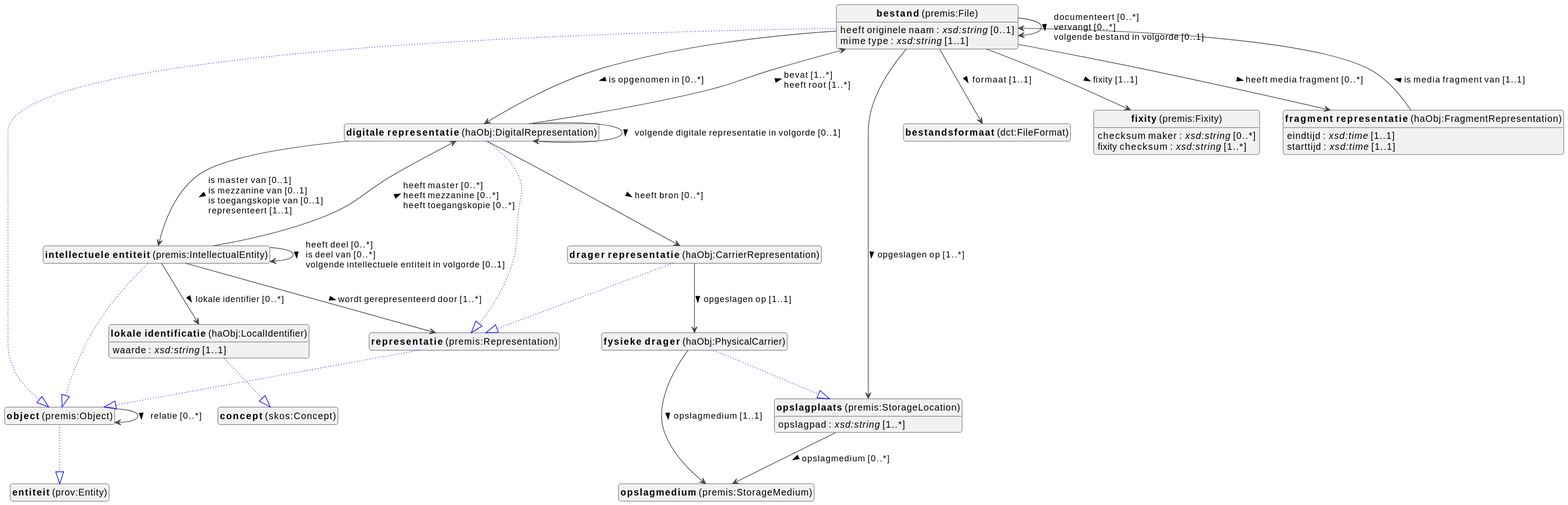
Before: docs/metadata/knowledge-graph/0.0.1/objects/nl/objects-diagram.svg, a diagram exported from PlantUML (viaacode/documentation-jekyll).
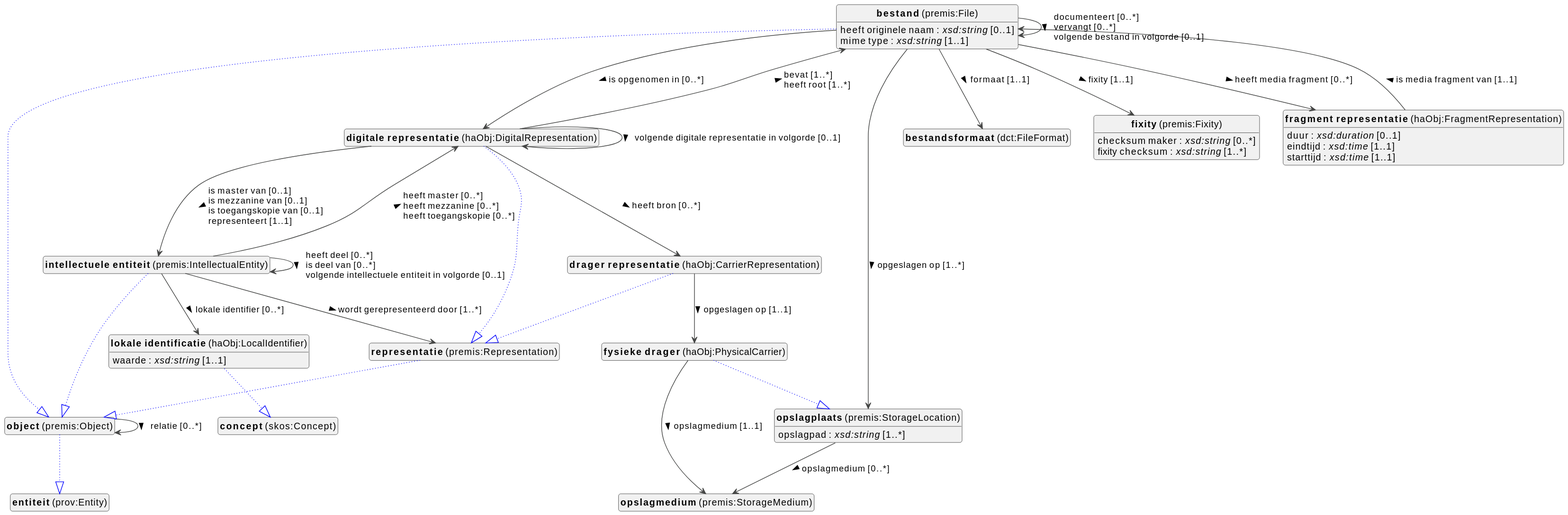
The same diagram one commit later.

Diff of the diagram source:
```diff
@@ -65,9 +65,11 @@
 
 
 
+haObj_FragmentRepresentation : duur : <i>xsd:duration</i> [0..1]
 haObj_FragmentRepresentation : eindtijd : <i>xsd:time</i> [1..1]
 haObj_FragmentRepresentation : starttijd : <i>xsd:time</i> [1..1]
 haObj_FragmentRepresentation --> premis_File :is media fragment van [1..1]  >
+
 
 
 haObj_PhysicalCarrier --|> premis_StorageLocation #blue;line.dotted;text:blue
```
